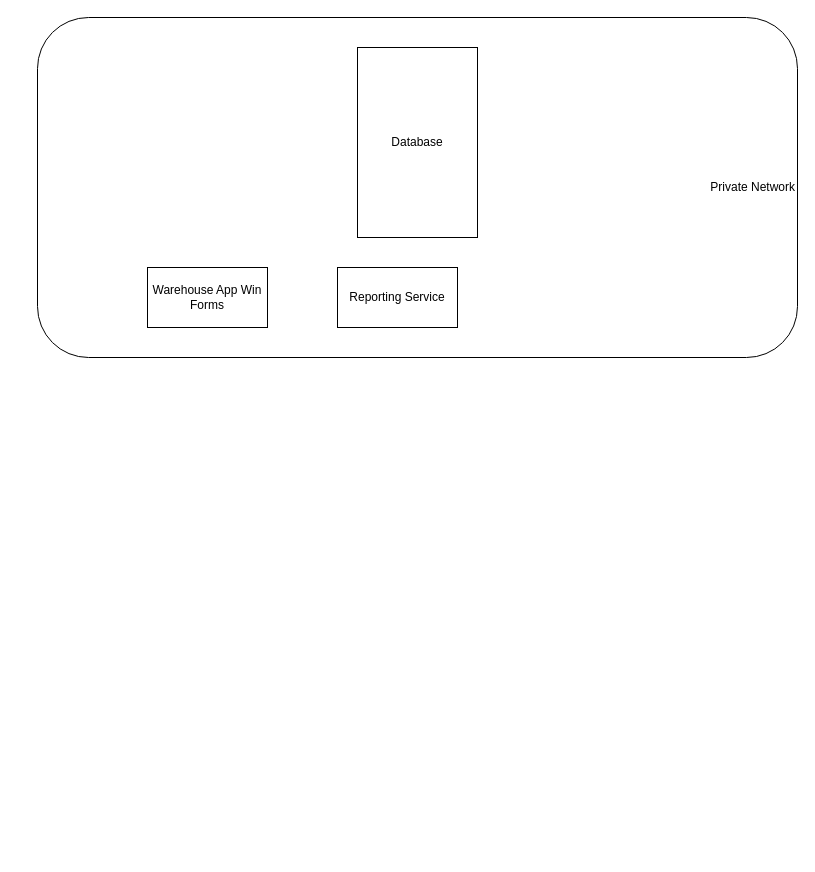
This is Diagrams/Mixed Architecture.drawio from bakhodir1986/Architectural-Styles-and-Patterns, a draw.io file, before an edit. Source tidied: cells renumbered, new cells numbered last; positions are measured from the earlier drawing's top-left corner, leaving out a move shared by most shapes. Both pictures are drawn from the tidied source at 100%, with x=0, y=0 at pixel (37, 17).
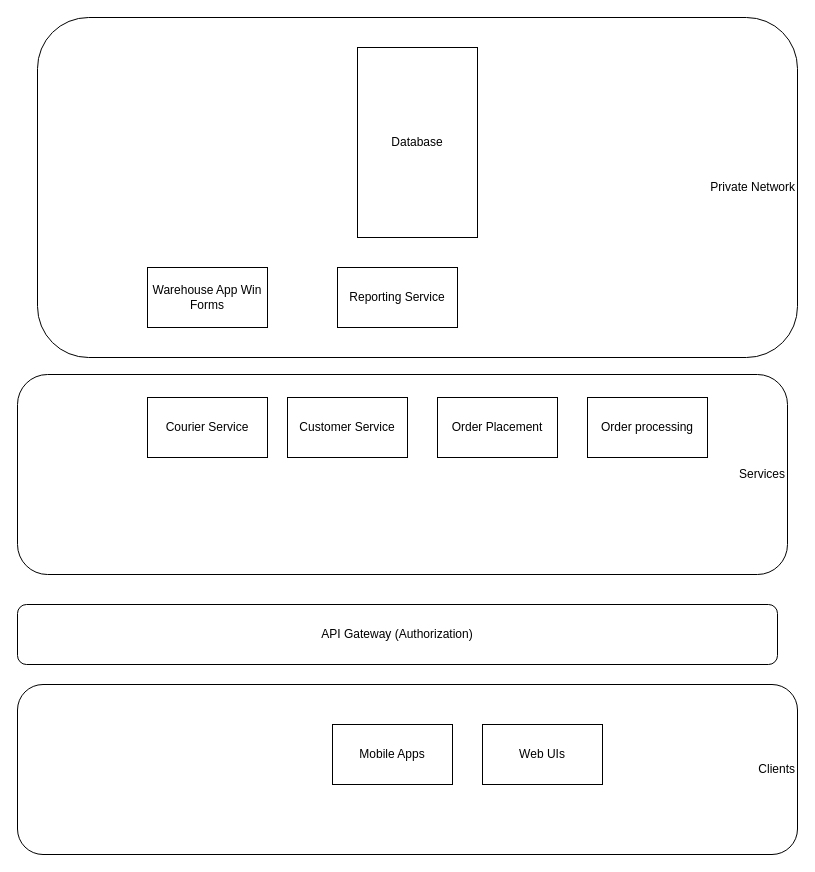
The same page after the edit.

The edit, as a diff of the source:
```diff
@@
 <mxGraphModel>
   <root>
     <mxCell id="0" />
     <mxCell id="1" parent="0" />
     <mxCell id="2" value="Database" style="rounded=0;whiteSpace=wrap;html=1;" parent="1" vertex="1">
       <mxGeometry x="320" y="30" width="120" height="190" as="geometry" />
     </mxCell>
     <mxCell id="3" value="Warehouse App Win Forms" style="rounded=0;whiteSpace=wrap;html=1;" parent="1" vertex="1">
       <mxGeometry x="110" y="250" width="120" height="60" as="geometry" />
     </mxCell>
     <mxCell id="4" value="Reporting Service" style="rounded=0;whiteSpace=wrap;html=1;" parent="1" vertex="1">
       <mxGeometry x="300" y="250" width="120" height="60" as="geometry" />
     </mxCell>
     <mxCell id="5" value="Private Network" style="rounded=1;whiteSpace=wrap;html=1;fillColor=none;align=right;" parent="1" vertex="1">
       <mxGeometry width="760" height="340" as="geometry" />
     </mxCell>
+    <mxCell id="6" value="Services" style="rounded=1;whiteSpace=wrap;html=1;fillColor=none;align=right;" parent="1" vertex="1">
+      <mxGeometry x="-20" y="357" width="770" height="200" as="geometry" />
+    </mxCell>
+    <mxCell id="7" value="Clients" style="rounded=1;whiteSpace=wrap;html=1;fillColor=none;align=right;" parent="1" vertex="1">
+      <mxGeometry x="-20" y="667" width="780" height="170" as="geometry" />
+    </mxCell>
+    <mxCell id="8" value="Mobile Apps" style="rounded=0;whiteSpace=wrap;html=1;" parent="1" vertex="1">
+      <mxGeometry x="295" y="707" width="120" height="60" as="geometry" />
+    </mxCell>
+    <mxCell id="9" value="Web UIs" style="rounded=0;whiteSpace=wrap;html=1;" parent="1" vertex="1">
+      <mxGeometry x="445" y="707" width="120" height="60" as="geometry" />
+    </mxCell>
+    <mxCell id="10" value="API Gateway (Authorization)" style="rounded=1;whiteSpace=wrap;html=1;" parent="1" vertex="1">
+      <mxGeometry x="-20" y="587" width="760" height="60" as="geometry" />
+    </mxCell>
+    <mxCell id="11" value="Courier Service" style="rounded=0;whiteSpace=wrap;html=1;fillColor=default;" parent="1" vertex="1">
+      <mxGeometry x="110" y="380" width="120" height="60" as="geometry" />
+    </mxCell>
+    <mxCell id="12" value="Customer Service" style="rounded=0;whiteSpace=wrap;html=1;fillColor=default;" parent="1" vertex="1">
+      <mxGeometry x="250" y="380" width="120" height="60" as="geometry" />
+    </mxCell>
+    <mxCell id="13" value="Order Placement" style="rounded=0;whiteSpace=wrap;html=1;fillColor=default;" parent="1" vertex="1">
+      <mxGeometry x="400" y="380" width="120" height="60" as="geometry" />
+    </mxCell>
+    <mxCell id="14" value="Order processing" style="rounded=0;whiteSpace=wrap;html=1;fillColor=default;" parent="1" vertex="1">
+      <mxGeometry x="550" y="380" width="120" height="60" as="geometry" />
+    </mxCell>
   </root>
 </mxGraphModel>
```
